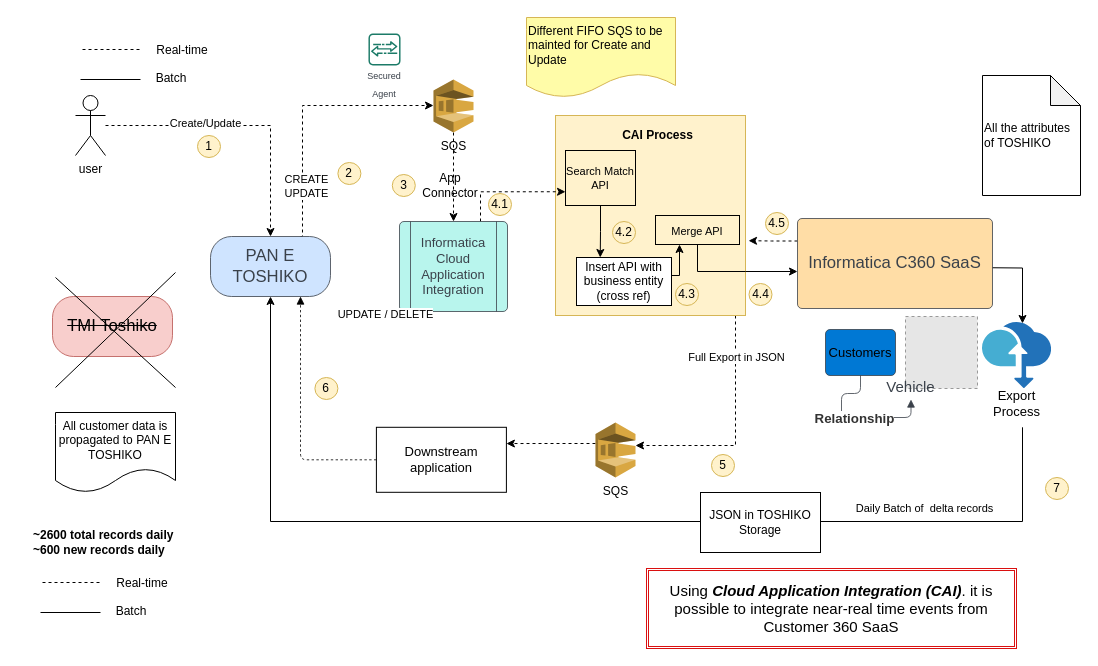
Earlier version of the draw.io diagram page "TOSHIKO" (4 of 5) of TME-Misc_Design.drawio (biswarup81/drawings). Source tidied: cells renumbered, new cells numbered last; positions are measured from the earlier drawing's top-left corner, leaving out a move shared by most shapes. Both pictures are drawn from the tidied source at 100%, with x=0, y=0 at pixel (31, 17). Pictures stored in the file or linked from it are replaced by grey dashed boxes.
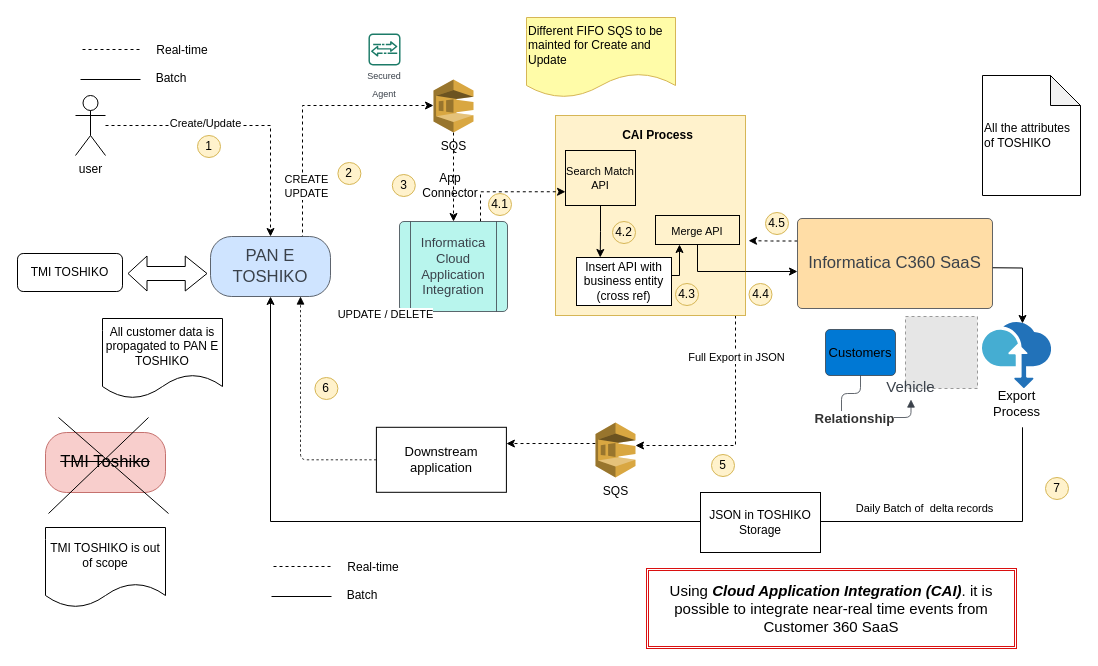
The same diagram, later.

Diff of the diagram source:
```diff
@@
-    <mxCell id="35" value="~2600 total records daily&lt;br&gt;~600 new records daily" style="text;html=1;strokeColor=none;fillColor=none;align=left;verticalAlign=middle;whiteSpace=wrap;rounded=0;fontStyle=1;" parent="1" vertex="1">
-      <mxGeometry y="510" width="200" height="30" as="geometry" />
-    </mxCell>
@@
     <mxCell id="39" style="endArrow=none;html=1;rounded=0;dashed=1;" parent="1" edge="1">
       <mxGeometry relative="1" as="geometry">
-        <mxPoint x="11" y="565" as="sourcePoint" />
-        <mxPoint x="71" y="565" as="targetPoint" />
+        <mxPoint x="242" y="549" as="sourcePoint" />
+        <mxPoint x="302" y="549" as="targetPoint" />
       </mxGeometry>
     </mxCell>
     <mxCell id="40" style="endArrow=none;html=1;rounded=0;" parent="1" edge="1">
       <mxGeometry relative="1" as="geometry">
-        <mxPoint x="9" y="595" as="sourcePoint" />
-        <mxPoint x="69" y="595" as="targetPoint" />
+        <mxPoint x="240" y="579" as="sourcePoint" />
+        <mxPoint x="300" y="579" as="targetPoint" />
       </mxGeometry>
     </mxCell>
     <mxCell id="41" value="Real-time" style="text;html=1;strokeColor=none;fillColor=none;align=center;verticalAlign=middle;whiteSpace=wrap;rounded=0;" parent="1" vertex="1">
-      <mxGeometry x="81" y="551" width="60" height="30" as="geometry" />
+      <mxGeometry x="312" y="535" width="60" height="30" as="geometry" />
     </mxCell>
     <mxCell id="42" value="Batch" style="text;html=1;strokeColor=none;fillColor=none;align=center;verticalAlign=middle;whiteSpace=wrap;rounded=0;" parent="1" vertex="1">
-      <mxGeometry x="70" y="579" width="60" height="30" as="geometry" />
+      <mxGeometry x="301" y="563" width="60" height="30" as="geometry" />
     </mxCell>
@@
     <mxCell id="64" value="&lt;strike&gt;TMI Toshiko&lt;/strike&gt;" style="html=1;overflow=block;blockSpacing=1;whiteSpace=wrap;rounded=1;arcSize=35;fontSize=16.7;spacing=3.8;strokeColor=#b85450;strokeOpacity=100;fillOpacity=100;fillColor=#f8cecc;strokeWidth=0.8;lucidId=_zfvtoaLD8R3;" parent="1" vertex="1">
-      <mxGeometry x="21" y="279" width="120" height="60" as="geometry" />
+      <mxGeometry x="14" y="415" width="120" height="60" as="geometry" />
     </mxCell>
     <mxCell id="65" style="endArrow=none;html=1;rounded=0;" parent="1" edge="1">
       <mxGeometry relative="1" as="geometry">
-        <mxPoint x="24" y="370" as="sourcePoint" />
-        <mxPoint x="144" y="255" as="targetPoint" />
+        <mxPoint x="17" y="496" as="sourcePoint" />
+        <mxPoint x="117" y="400" as="targetPoint" />
       </mxGeometry>
     </mxCell>
     <mxCell id="66" style="endArrow=none;html=1;rounded=0;" parent="1" edge="1">
       <mxGeometry relative="1" as="geometry">
-        <mxPoint x="24" y="260" as="sourcePoint" />
-        <mxPoint x="144" y="370" as="targetPoint" />
+        <mxPoint x="27" y="400" as="sourcePoint" />
+        <mxPoint x="137" y="496" as="targetPoint" />
       </mxGeometry>
     </mxCell>
-    <mxCell id="67" value="All customer data is propagated to PAN E TOSHIKO" style="shape=document;whiteSpace=wrap;html=1;boundedLbl=1;" parent="1" vertex="1">
-      <mxGeometry x="24" y="395" width="120" height="80" as="geometry" />
+    <mxCell id="67" value="TMI TOSHIKO is out of scope" style="shape=document;whiteSpace=wrap;html=1;boundedLbl=1;" parent="1" vertex="1">
+      <mxGeometry x="14" y="510" width="120" height="80" as="geometry" />
     </mxCell>
+    <mxCell id="68" value="TMI TOSHIKO" style="rounded=1;whiteSpace=wrap;html=1;" parent="1" vertex="1">
+      <mxGeometry x="-14" y="236" width="105" height="38" as="geometry" />
+    </mxCell>
+    <mxCell id="69" style="shape=flexArrow;endArrow=classic;startArrow=classic;html=1;rounded=0;width=14;endSize=6.92;" parent="1" edge="1">
+      <mxGeometry relative="1" as="geometry">
+        <mxPoint x="96" y="256" as="sourcePoint" />
+        <mxPoint x="176" y="256" as="targetPoint" />
+      </mxGeometry>
+    </mxCell>
+    <mxCell id="70" value="All customer data is propagated to PAN E TOSHIKO" style="shape=document;whiteSpace=wrap;html=1;boundedLbl=1;" parent="1" vertex="1">
+      <mxGeometry x="71" y="301" width="120" height="80" as="geometry" />
+    </mxCell>
```
